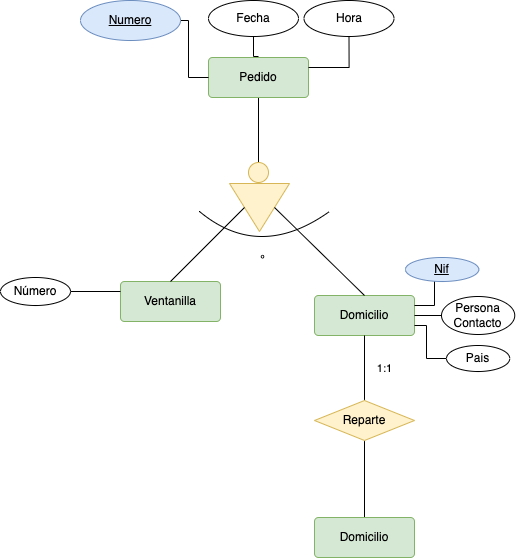
This is ER/img/comida.drawio.png from MoisesALH/base-datos, a draw.io export, as it was before one commit. Source tidied: cells renumbered, new cells last; positions are measured from the earlier drawing's top-left corner, leaving out a move shared by most shapes.
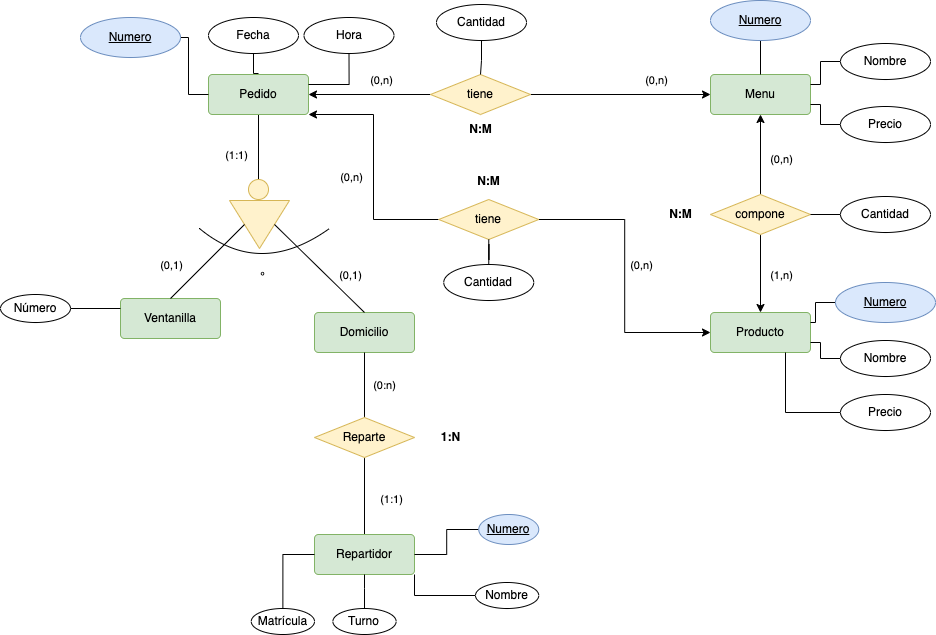
Later version of the same file.

What changed in the source:
```diff
@@ -5,6 +5,32 @@
     <mxCell id="2" style="edgeStyle=orthogonalEdgeStyle;rounded=0;jettySize=auto;html=1;entryX=0.5;entryY=0;entryDx=0;entryDy=0;endArrow=none;endFill=0;" parent="1" edge="1" source="3" target="7">
       <mxGeometry relative="1" as="geometry" />
     </mxCell>
+    <mxCell id="30" value="(1:1)" style="edgeLabel;html=1;align=center;verticalAlign=middle;" parent="2" vertex="1">
+      <mxGeometry x="0.11" y="-2" relative="1" as="geometry">
+        <mxPoint x="-21" y="4" as="offset" />
+      </mxGeometry>
+    </mxCell>
+    <mxCell id="31" style="edgeStyle=orthogonalEdgeStyle;rounded=0;jettySize=auto;html=1;entryX=0;entryY=0.5;entryDx=0;entryDy=0;endArrow=none;endFill=0;startArrow=classic;startFill=1;" parent="1" edge="1" source="3" target="53">
+      <mxGeometry relative="1" as="geometry" />
+    </mxCell>
+    <mxCell id="32" value="(0,n)" style="edgeLabel;html=1;align=center;verticalAlign=middle;" parent="31" vertex="1">
+      <mxGeometry x="0.25" y="2" relative="1" as="geometry">
+        <mxPoint x="-4" y="-13" as="offset" />
+      </mxGeometry>
+    </mxCell>
+    <mxCell id="33" style="edgeStyle=orthogonalEdgeStyle;rounded=0;jettySize=auto;html=1;entryX=0;entryY=0.5;entryDx=0;entryDy=0;endArrow=none;endFill=0;startArrow=classic;startFill=1;" parent="1" edge="1" source="3" target="50">
+      <mxGeometry relative="1" as="geometry">
+        <Array as="points">
+          <mxPoint x="373" y="97" />
+          <mxPoint x="373" y="202" />
+        </Array>
+      </mxGeometry>
+    </mxCell>
+    <mxCell id="34" value="(0,n)" style="edgeLabel;html=1;align=center;verticalAlign=middle;" parent="33" vertex="1">
+      <mxGeometry x="0.08" y="1" relative="1" as="geometry">
+        <mxPoint x="-24" y="1" as="offset" />
+      </mxGeometry>
+    </mxCell>
     <mxCell id="3" value="Pedido" style="rounded=1;arcSize=10;whiteSpace=wrap;html=1;align=center;fillColor=#d5e8d4;strokeColor=#82b366;" parent="1" vertex="1">
       <mxGeometry x="208" y="57" width="100" height="40" as="geometry" />
     </mxCell>
@@ -23,9 +49,19 @@
     <mxCell id="8" style="endArrow=none;html=1;rounded=0;exitX=0.5;exitY=0;exitDx=0;exitDy=0;entryX=0.5;entryY=1;entryDx=0;entryDy=0;" parent="1" edge="1" source="4" target="6">
       <mxGeometry relative="1" as="geometry" />
     </mxCell>
+    <mxCell id="35" value="(0,1)" style="edgeLabel;html=1;align=center;verticalAlign=middle;" parent="8" vertex="1">
+      <mxGeometry x="-0.24" y="-3" relative="1" as="geometry">
+        <mxPoint x="-30" y="-8" as="offset" />
+      </mxGeometry>
+    </mxCell>
     <mxCell id="9" style="endArrow=none;html=1;rounded=0;exitX=0.5;exitY=0;exitDx=0;exitDy=0;entryX=0.5;entryY=0;entryDx=0;entryDy=0;" parent="1" edge="1" source="5" target="6">
       <mxGeometry relative="1" as="geometry" />
     </mxCell>
+    <mxCell id="36" value="(0,1)" style="edgeLabel;html=1;align=center;verticalAlign=middle;" parent="9" vertex="1">
+      <mxGeometry x="-0.33" relative="1" as="geometry">
+        <mxPoint x="15" y="-9" as="offset" />
+      </mxGeometry>
+    </mxCell>
     <mxCell id="10" value="º" style="endArrow=none;html=1;curved=1;" parent="1" edge="1">
       <mxGeometry relative="1" as="geometry">
         <mxPoint x="199" y="211" as="sourcePoint" />
@@ -58,30 +94,10 @@
     <mxCell id="16" value="Número" style="ellipse;whiteSpace=wrap;html=1;align=center;" parent="1" vertex="1">
       <mxGeometry y="277" width="70" height="28" as="geometry" />
     </mxCell>
-    <mxCell id="17" style="edgeStyle=orthogonalEdgeStyle;rounded=0;jettySize=auto;html=1;entryX=1;entryY=0.5;entryDx=0;entryDy=0;endArrow=none;endFill=0;" parent="1" edge="1" source="18" target="5">
-      <mxGeometry relative="1" as="geometry" />
-    </mxCell>
-    <mxCell id="18" value="Persona Contacto" style="ellipse;whiteSpace=wrap;html=1;align=center;" parent="1" vertex="1">
-      <mxGeometry x="441" y="296" width="73.2" height="38" as="geometry" />
-    </mxCell>
-    <mxCell id="19" style="edgeStyle=orthogonalEdgeStyle;rounded=0;jettySize=auto;html=1;entryX=1;entryY=0.25;entryDx=0;entryDy=0;endArrow=none;endFill=0;" parent="1" edge="1" target="5">
-      <mxGeometry relative="1" as="geometry">
-        <mxPoint x="454" y="269" as="sourcePoint" />
-      </mxGeometry>
-    </mxCell>
-    <mxCell id="20" value="Nif" style="ellipse;whiteSpace=wrap;html=1;align=center;fontStyle=4;fillColor=#dae8fc;strokeColor=#6c8ebf;" parent="1" vertex="1">
-      <mxGeometry x="405" y="257" width="73.2" height="24" as="geometry" />
-    </mxCell>
-    <mxCell id="21" style="edgeStyle=orthogonalEdgeStyle;rounded=0;jettySize=auto;html=1;entryX=1;entryY=0.75;entryDx=0;entryDy=0;endArrow=none;endFill=0;" parent="1" edge="1" source="22" target="5">
-      <mxGeometry relative="1" as="geometry" />
-    </mxCell>
-    <mxCell id="22" value="Pais" style="ellipse;whiteSpace=wrap;html=1;align=center;" parent="1" vertex="1">
-      <mxGeometry x="446" y="345" width="63.2" height="26" as="geometry" />
-    </mxCell>
     <mxCell id="23" style="edgeStyle=orthogonalEdgeStyle;rounded=0;jettySize=auto;html=1;endArrow=none;endFill=0;" parent="1" edge="1" source="26" target="5">
       <mxGeometry relative="1" as="geometry" />
     </mxCell>
-    <mxCell id="24" value="1:1" style="edgeLabel;html=1;align=center;verticalAlign=middle;" parent="23" vertex="1">
+    <mxCell id="24" value="(0:n)" style="edgeLabel;html=1;align=center;verticalAlign=middle;" parent="23" vertex="1">
       <mxGeometry x="0.02" y="2" relative="1" as="geometry">
         <mxPoint x="21" y="1" as="offset" />
       </mxGeometry>
@@ -89,6 +105,11 @@
     <mxCell id="25" style="edgeStyle=orthogonalEdgeStyle;rounded=0;jettySize=auto;html=1;entryX=0.5;entryY=0;entryDx=0;entryDy=0;endArrow=none;endFill=0;" parent="1" edge="1" source="26" target="29">
       <mxGeometry relative="1" as="geometry" />
     </mxCell>
+    <mxCell id="37" value="(1:1)" style="edgeLabel;html=1;align=center;verticalAlign=middle;" parent="25" vertex="1">
+      <mxGeometry x="0.06" y="4" relative="1" as="geometry">
+        <mxPoint x="22" y="1" as="offset" />
+      </mxGeometry>
+    </mxCell>
     <mxCell id="26" value="Reparte" style="shape=rhombus;perimeter=rhombusPerimeter;whiteSpace=wrap;html=1;align=center;fillColor=#fff2cc;strokeColor=#d6b656;" parent="1" vertex="1">
       <mxGeometry x="314" y="400" width="100" height="40" as="geometry" />
     </mxCell>
@@ -98,8 +119,145 @@
     <mxCell id="28" value="Hora" style="ellipse;whiteSpace=wrap;html=1;align=center;" parent="1" vertex="1">
       <mxGeometry x="303.5" width="90" height="36" as="geometry" />
     </mxCell>
-    <mxCell id="29" value="Domicilio" style="rounded=1;arcSize=10;whiteSpace=wrap;html=1;align=center;fillColor=#d5e8d4;strokeColor=#82b366;" parent="1" vertex="1">
+    <mxCell id="29" value="Repartidor" style="rounded=1;arcSize=10;whiteSpace=wrap;html=1;align=center;fillColor=#d5e8d4;strokeColor=#82b366;" parent="1" vertex="1">
       <mxGeometry x="314" y="517" width="100" height="40" as="geometry" />
     </mxCell>
+    <mxCell id="38" style="edgeStyle=orthogonalEdgeStyle;rounded=0;jettySize=auto;html=1;entryX=1;entryY=0.5;entryDx=0;entryDy=0;endArrow=none;endFill=0;" parent="1" edge="1" source="39" target="29">
+      <mxGeometry relative="1" as="geometry" />
+    </mxCell>
+    <mxCell id="39" value="Numero" style="ellipse;whiteSpace=wrap;html=1;align=center;fontStyle=4;fillColor=#dae8fc;strokeColor=#6c8ebf;" parent="1" vertex="1">
+      <mxGeometry x="478.2" y="497" width="60" height="30" as="geometry" />
+    </mxCell>
+    <mxCell id="40" style="edgeStyle=orthogonalEdgeStyle;rounded=0;jettySize=auto;html=1;entryX=1;entryY=1;entryDx=0;entryDy=0;endArrow=none;endFill=0;" parent="1" edge="1" source="41" target="29">
+      <mxGeometry relative="1" as="geometry" />
+    </mxCell>
+    <mxCell id="41" value="Nombre" style="ellipse;whiteSpace=wrap;html=1;align=center;" parent="1" vertex="1">
+      <mxGeometry x="475" y="565" width="63.2" height="26" as="geometry" />
+    </mxCell>
+    <mxCell id="42" style="edgeStyle=orthogonalEdgeStyle;rounded=0;jettySize=auto;html=1;entryX=0;entryY=0.5;entryDx=0;entryDy=0;endArrow=none;endFill=0;" parent="1" edge="1" source="43" target="29">
+      <mxGeometry relative="1" as="geometry" />
+    </mxCell>
+    <mxCell id="43" value="Matrícula" style="ellipse;whiteSpace=wrap;html=1;align=center;" parent="1" vertex="1">
+      <mxGeometry x="250.8" y="591" width="63.2" height="26" as="geometry" />
+    </mxCell>
+    <mxCell id="44" style="edgeStyle=orthogonalEdgeStyle;rounded=0;jettySize=auto;html=1;entryX=0.5;entryY=1;entryDx=0;entryDy=0;endArrow=none;endFill=0;" parent="1" edge="1" source="45" target="29">
+      <mxGeometry relative="1" as="geometry" />
+    </mxCell>
+    <mxCell id="45" value="Turno" style="ellipse;whiteSpace=wrap;html=1;align=center;" parent="1" vertex="1">
+      <mxGeometry x="332.4" y="591" width="63.2" height="26" as="geometry" />
+    </mxCell>
+    <mxCell id="46" value="Menu" style="rounded=1;arcSize=10;whiteSpace=wrap;html=1;align=center;fillColor=#d5e8d4;strokeColor=#82b366;" parent="1" vertex="1">
+      <mxGeometry x="710" y="57" width="100" height="40" as="geometry" />
+    </mxCell>
+    <mxCell id="47" value="Producto" style="rounded=1;arcSize=10;whiteSpace=wrap;html=1;align=center;fillColor=#d5e8d4;strokeColor=#82b366;" parent="1" vertex="1">
+      <mxGeometry x="710" y="295" width="100" height="40" as="geometry" />
+    </mxCell>
+    <mxCell id="48" style="edgeStyle=orthogonalEdgeStyle;rounded=0;jettySize=auto;html=1;entryX=0;entryY=0.5;entryDx=0;entryDy=0;endArrow=classic;endFill=1;" parent="1" edge="1" source="50" target="47">
+      <mxGeometry relative="1" as="geometry" />
+    </mxCell>
+    <mxCell id="49" value="(0,n)" style="edgeLabel;html=1;align=center;verticalAlign=middle;" parent="48" vertex="1">
+      <mxGeometry x="-0.14" y="2" relative="1" as="geometry">
+        <mxPoint x="14" y="9" as="offset" />
+      </mxGeometry>
+    </mxCell>
+    <mxCell id="50" value="tiene" style="shape=rhombus;perimeter=rhombusPerimeter;whiteSpace=wrap;html=1;align=center;fillColor=#fff2cc;strokeColor=#d6b656;" parent="1" vertex="1">
+      <mxGeometry x="438.2" y="182" width="100" height="40" as="geometry" />
+    </mxCell>
+    <mxCell id="51" style="edgeStyle=orthogonalEdgeStyle;rounded=0;jettySize=auto;html=1;entryX=0;entryY=0.5;entryDx=0;entryDy=0;endArrow=classic;endFill=1;" parent="1" edge="1" source="53" target="46">
+      <mxGeometry relative="1" as="geometry" />
+    </mxCell>
+    <mxCell id="52" value="(0,n)" style="edgeLabel;html=1;align=center;verticalAlign=middle;" parent="51" vertex="1">
+      <mxGeometry x="0.38" y="6" relative="1" as="geometry">
+        <mxPoint x="1" y="-9" as="offset" />
+      </mxGeometry>
+    </mxCell>
+    <mxCell id="53" value="tiene" style="shape=rhombus;perimeter=rhombusPerimeter;whiteSpace=wrap;html=1;align=center;fillColor=#fff2cc;strokeColor=#d6b656;" parent="1" vertex="1">
+      <mxGeometry x="430" y="57" width="100" height="40" as="geometry" />
+    </mxCell>
+    <mxCell id="54" style="edgeStyle=orthogonalEdgeStyle;rounded=0;jettySize=auto;html=1;endArrow=none;endFill=0;" parent="1" edge="1" source="55" target="53">
+      <mxGeometry relative="1" as="geometry" />
+    </mxCell>
+    <mxCell id="55" value="Cantidad" style="ellipse;whiteSpace=wrap;html=1;align=center;" parent="1" vertex="1">
+      <mxGeometry x="436" y="-13" width="90" height="36" as="geometry" />
+    </mxCell>
+    <mxCell id="56" style="edgeStyle=orthogonalEdgeStyle;rounded=0;jettySize=auto;html=1;entryX=0.5;entryY=1;entryDx=0;entryDy=0;endArrow=none;endFill=0;" parent="1" edge="1" source="57" target="50">
+      <mxGeometry relative="1" as="geometry" />
+    </mxCell>
+    <mxCell id="57" value="Cantidad" style="ellipse;whiteSpace=wrap;html=1;align=center;" parent="1" vertex="1">
+      <mxGeometry x="443.2" y="247" width="90" height="36" as="geometry" />
+    </mxCell>
+    <mxCell id="58" style="edgeStyle=orthogonalEdgeStyle;rounded=0;jettySize=auto;html=1;entryX=0.5;entryY=1;entryDx=0;entryDy=0;startArrow=none;startFill=0;endArrow=classic;endFill=1;" parent="1" edge="1" source="62" target="46">
+      <mxGeometry relative="1" as="geometry" />
+    </mxCell>
+    <mxCell id="59" value="(0,n)" style="edgeLabel;html=1;align=center;verticalAlign=middle;" parent="58" vertex="1">
+      <mxGeometry x="-0.2" y="-2" relative="1" as="geometry">
+        <mxPoint x="18" y="-4" as="offset" />
+      </mxGeometry>
+    </mxCell>
+    <mxCell id="60" style="edgeStyle=orthogonalEdgeStyle;rounded=0;jettySize=auto;html=1;entryX=0.5;entryY=0;entryDx=0;entryDy=0;startArrow=none;startFill=0;endArrow=classic;endFill=1;" parent="1" edge="1" source="62" target="47">
+      <mxGeometry relative="1" as="geometry" />
+    </mxCell>
+    <mxCell id="61" value="(1,n)" style="edgeLabel;html=1;align=center;verticalAlign=middle;" parent="60" vertex="1">
+      <mxGeometry x="0.08" y="2" relative="1" as="geometry">
+        <mxPoint x="18" y="-2" as="offset" />
+      </mxGeometry>
+    </mxCell>
+    <mxCell id="62" value="compone" style="shape=rhombus;perimeter=rhombusPerimeter;whiteSpace=wrap;html=1;align=center;fillColor=#fff2cc;strokeColor=#d6b656;" parent="1" vertex="1">
+      <mxGeometry x="710" y="177" width="100" height="40" as="geometry" />
+    </mxCell>
+    <mxCell id="63" style="edgeStyle=orthogonalEdgeStyle;rounded=0;jettySize=auto;html=1;startArrow=none;startFill=0;endArrow=none;endFill=0;" parent="1" edge="1" source="64" target="46">
+      <mxGeometry relative="1" as="geometry" />
+    </mxCell>
+    <mxCell id="64" value="Numero" style="ellipse;whiteSpace=wrap;html=1;align=center;fontStyle=4;fillColor=#dae8fc;strokeColor=#6c8ebf;" parent="1" vertex="1">
+      <mxGeometry x="710" y="-17" width="100" height="40" as="geometry" />
+    </mxCell>
+    <mxCell id="65" style="edgeStyle=orthogonalEdgeStyle;rounded=0;jettySize=auto;html=1;entryX=1;entryY=0.25;entryDx=0;entryDy=0;startArrow=none;startFill=0;endArrow=none;endFill=0;" parent="1" edge="1" source="66" target="46">
+      <mxGeometry relative="1" as="geometry" />
+    </mxCell>
+    <mxCell id="66" value="Nombre" style="ellipse;whiteSpace=wrap;html=1;align=center;" parent="1" vertex="1">
+      <mxGeometry x="840" y="26" width="90" height="36" as="geometry" />
+    </mxCell>
+    <mxCell id="67" style="edgeStyle=orthogonalEdgeStyle;rounded=0;jettySize=auto;html=1;entryX=1;entryY=0.75;entryDx=0;entryDy=0;startArrow=none;startFill=0;endArrow=none;endFill=0;" parent="1" edge="1" source="68" target="46">
+      <mxGeometry relative="1" as="geometry" />
+    </mxCell>
+    <mxCell id="68" value="Precio" style="ellipse;whiteSpace=wrap;html=1;align=center;" parent="1" vertex="1">
+      <mxGeometry x="840" y="89" width="90" height="36" as="geometry" />
+    </mxCell>
+    <mxCell id="69" style="edgeStyle=orthogonalEdgeStyle;rounded=0;jettySize=auto;html=1;entryX=1;entryY=0.5;entryDx=0;entryDy=0;startArrow=none;startFill=0;endArrow=none;endFill=0;" parent="1" edge="1" source="70" target="62">
+      <mxGeometry relative="1" as="geometry" />
+    </mxCell>
+    <mxCell id="70" value="Cantidad" style="ellipse;whiteSpace=wrap;html=1;align=center;" parent="1" vertex="1">
+      <mxGeometry x="840" y="179" width="90" height="36" as="geometry" />
+    </mxCell>
+    <mxCell id="71" style="edgeStyle=orthogonalEdgeStyle;rounded=0;jettySize=auto;html=1;entryX=1;entryY=0.25;entryDx=0;entryDy=0;startArrow=none;startFill=0;endArrow=none;endFill=0;" parent="1" edge="1" source="72" target="47">
+      <mxGeometry relative="1" as="geometry" />
+    </mxCell>
+    <mxCell id="72" value="Numero" style="ellipse;whiteSpace=wrap;html=1;align=center;fontStyle=4;fillColor=#dae8fc;strokeColor=#6c8ebf;" parent="1" vertex="1">
+      <mxGeometry x="835" y="265" width="100" height="40" as="geometry" />
+    </mxCell>
+    <mxCell id="73" style="edgeStyle=orthogonalEdgeStyle;rounded=0;jettySize=auto;html=1;entryX=1;entryY=0.75;entryDx=0;entryDy=0;startArrow=none;startFill=0;endArrow=none;endFill=0;" parent="1" edge="1" source="74" target="47">
+      <mxGeometry relative="1" as="geometry" />
+    </mxCell>
+    <mxCell id="74" value="Nombre" style="ellipse;whiteSpace=wrap;html=1;align=center;" parent="1" vertex="1">
+      <mxGeometry x="840" y="323" width="90" height="36" as="geometry" />
+    </mxCell>
+    <mxCell id="75" style="edgeStyle=orthogonalEdgeStyle;rounded=0;jettySize=auto;html=1;entryX=0.75;entryY=1;entryDx=0;entryDy=0;startArrow=none;startFill=0;endArrow=none;endFill=0;" parent="1" edge="1" source="76" target="47">
+      <mxGeometry relative="1" as="geometry" />
+    </mxCell>
+    <mxCell id="76" value="Precio" style="ellipse;whiteSpace=wrap;html=1;align=center;" parent="1" vertex="1">
+      <mxGeometry x="840" y="377" width="90" height="36" as="geometry" />
+    </mxCell>
+    <mxCell id="77" value="&lt;b&gt;N:M&lt;/b&gt;" style="text;html=1;align=center;verticalAlign=middle;strokeColor=none;fillColor=none;" parent="1" vertex="1">
+      <mxGeometry x="655" y="182" width="50" height="30" as="geometry" />
+    </mxCell>
+    <mxCell id="78" value="&lt;b&gt;N:M&lt;/b&gt;" style="text;html=1;align=center;verticalAlign=middle;strokeColor=none;fillColor=none;" parent="1" vertex="1">
+      <mxGeometry x="463.2" y="149" width="50" height="30" as="geometry" />
+    </mxCell>
+    <mxCell id="79" value="&lt;b&gt;N:M&lt;/b&gt;" style="text;html=1;align=center;verticalAlign=middle;strokeColor=none;fillColor=none;" parent="1" vertex="1">
+      <mxGeometry x="455" y="97" width="50" height="30" as="geometry" />
+    </mxCell>
+    <mxCell id="80" value="&lt;b&gt;1:N&lt;/b&gt;" style="text;html=1;align=center;verticalAlign=middle;strokeColor=none;fillColor=none;" parent="1" vertex="1">
+      <mxGeometry x="430" y="405" width="40" height="30" as="geometry" />
+    </mxCell>
   </root>
 </mxGraphModel>
```
